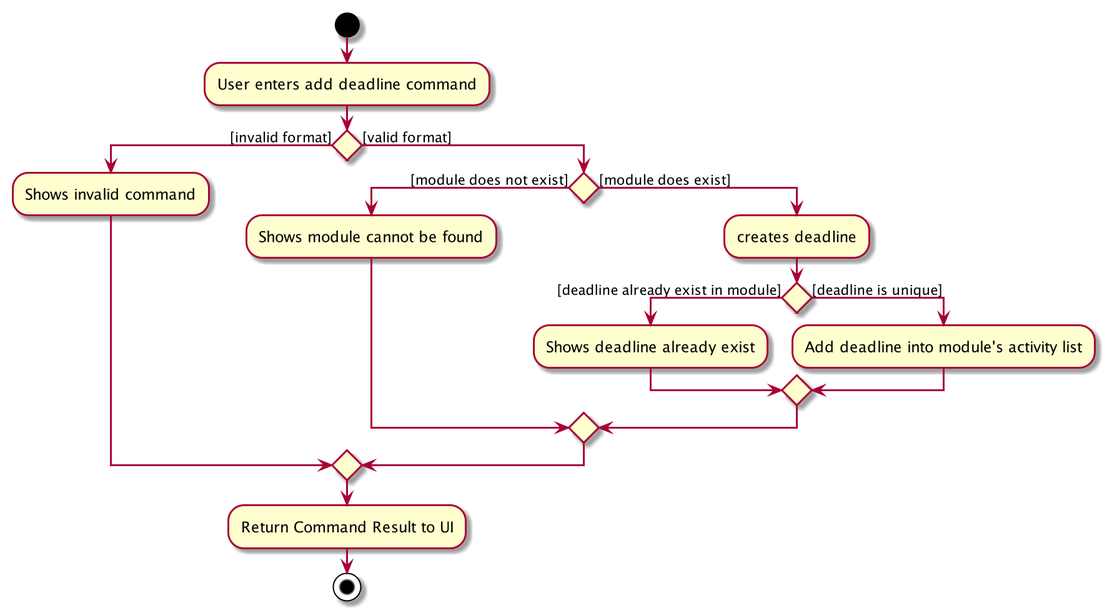
The PlantUML diagram docs/images/AddDeadlineActivityDiagram.png in nus-cs2103-AY1920S2/addressbook-level3, before a commit.
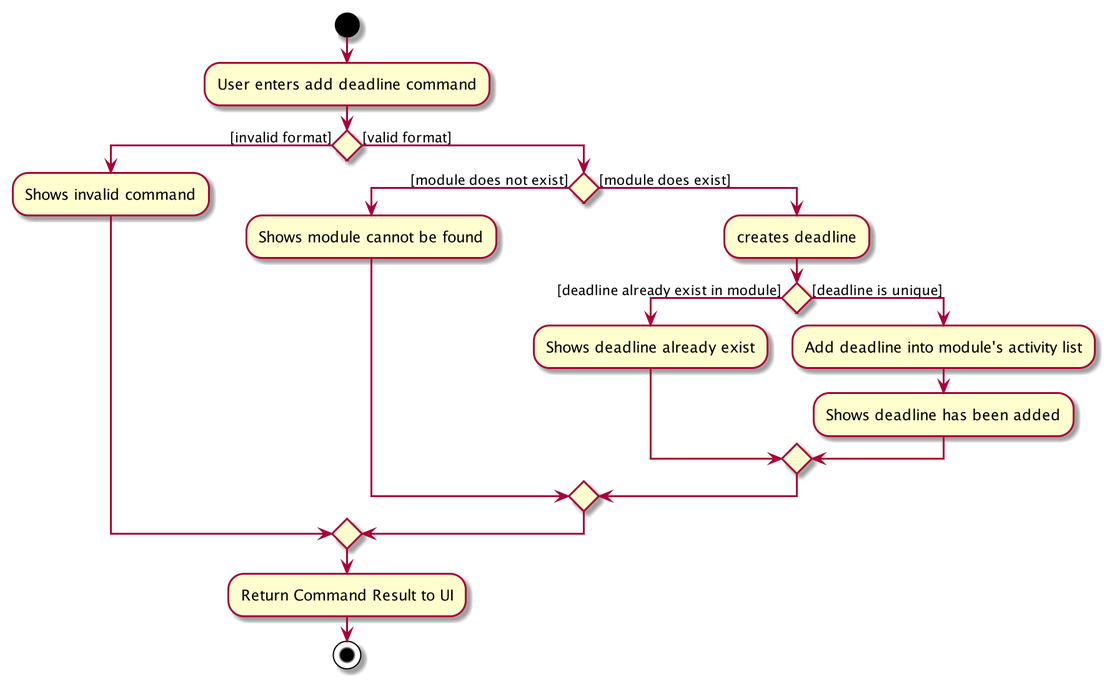
The same file after the commit.

Commit message:
Updated and fixed UML diagrams

The edit, as a diff of the source:
```diff
@@ -14,6 +14,7 @@
             :Shows deadline already exist;
         else ([deadline is unique])
             :Add deadline into module's activity list;
+            :Shows deadline has been added;
 endif
 endif
 endif
```
